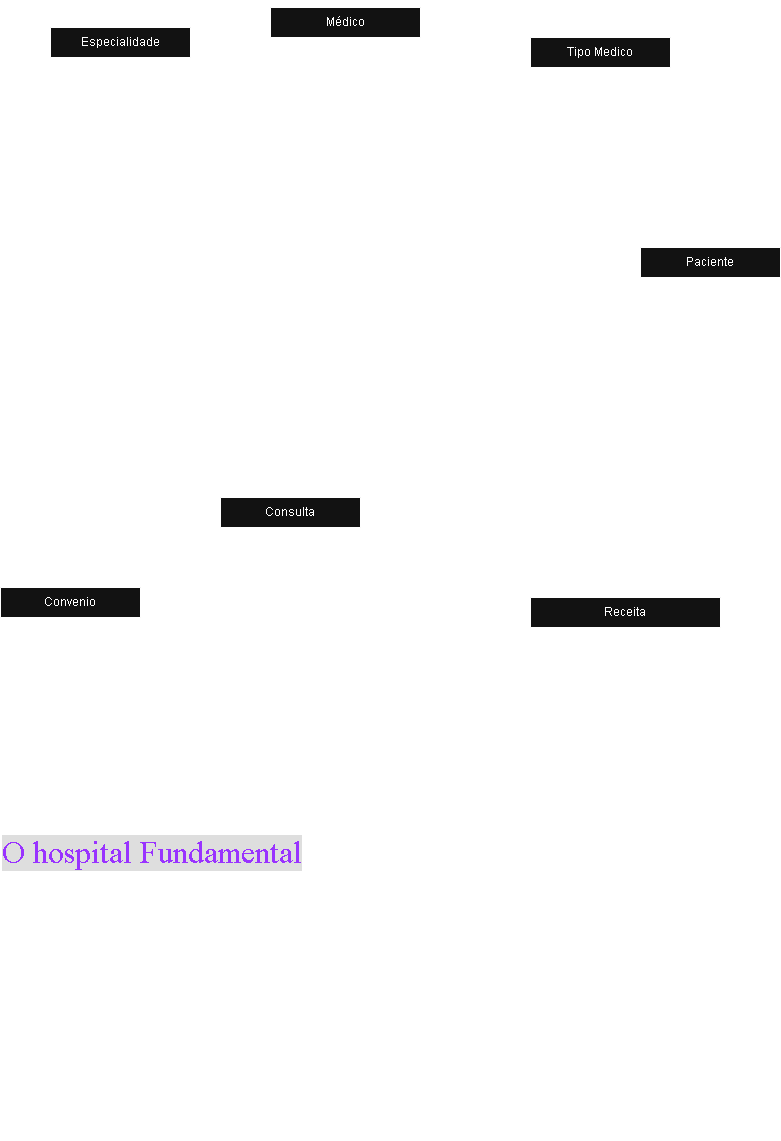
Earlier version of the draw.io export DiagramaER-HospitalFundamental.drawio.png (vctramon/Banco-de-dados_Hospital). Source tidied: cells renumbered, new cells last; positions are measured from the earlier drawing's top-left corner, leaving out a move shared by most shapes.
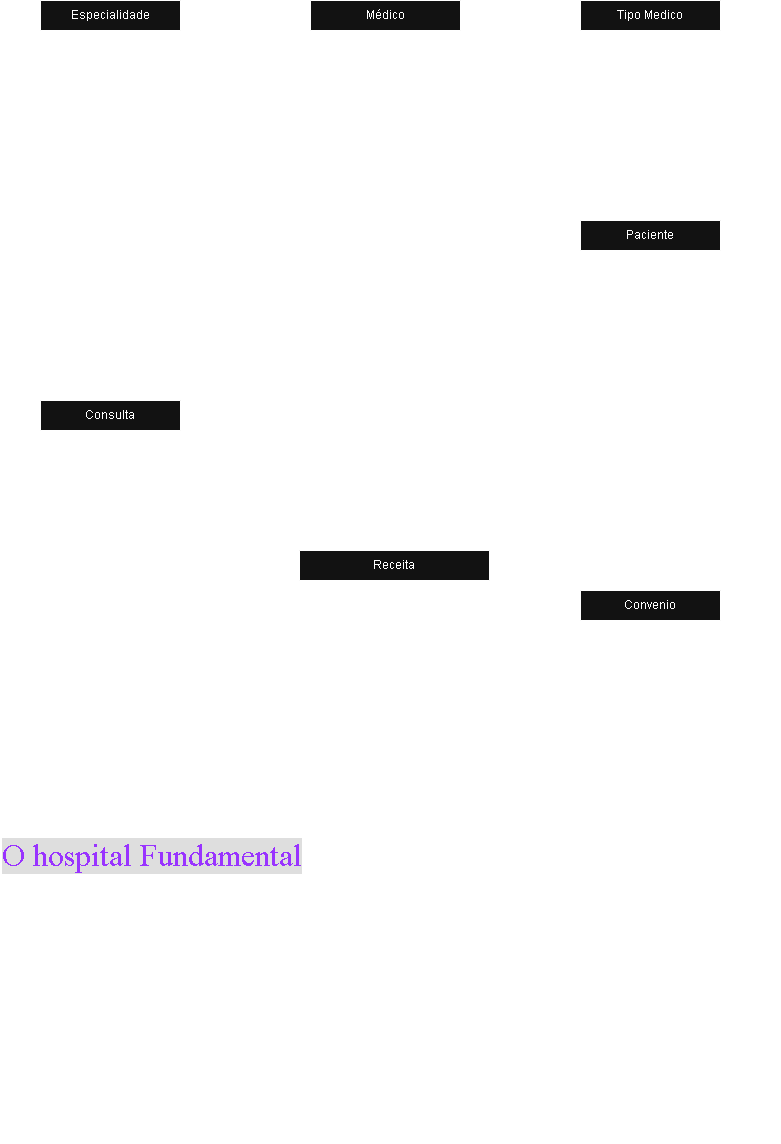
Later version of the same file.

The edit, as a diff of the source:
```diff
@@ -2,14 +2,8 @@
   <root>
     <mxCell id="0" />
     <mxCell id="1" parent="0" />
-    <mxCell id="2" style="edgeStyle=orthogonalEdgeStyle;rounded=0;jettySize=auto;html=1;entryX=0.5;entryY=0;entryDx=0;entryDy=0;" parent="1" edge="1" source="4" target="14">
-      <mxGeometry relative="1" as="geometry" />
-    </mxCell>
-    <mxCell id="3" style="edgeStyle=orthogonalEdgeStyle;rounded=0;jettySize=auto;html=1;" parent="1" edge="1" source="4" target="44">
-      <mxGeometry relative="1" as="geometry" />
-    </mxCell>
     <mxCell id="4" value="Médico" style="swimlane;fontStyle=0;horizontal=1;startSize=30;whiteSpace=wrap;html=1;" parent="1" vertex="1">
-      <mxGeometry x="270" width="150" height="300" as="geometry" />
+      <mxGeometry x="310" y="-10" width="150" height="300" as="geometry" />
     </mxCell>
     <mxCell id="5" value="ID Médico" style="text;strokeColor=none;fillColor=none;align=left;verticalAlign=middle;spacingLeft=4;spacingRight=4;overflow=hidden;whiteSpace=wrap;html=1;" parent="4" vertex="1">
       <mxGeometry y="30" width="150" height="30" as="geometry" />
@@ -39,7 +33,7 @@
       <mxGeometry y="270" width="150" height="30" as="geometry" />
     </mxCell>
     <mxCell id="14" value="Especialidade" style="swimlane;fontStyle=0;horizontal=1;startSize=30;whiteSpace=wrap;html=1;" parent="1" vertex="1">
-      <mxGeometry x="50" y="20" width="140" height="360" as="geometry" />
+      <mxGeometry x="40" y="-10" width="140" height="360" as="geometry" />
     </mxCell>
     <mxCell id="15" value="ID Especialidade" style="text;strokeColor=none;fillColor=none;align=left;verticalAlign=middle;spacingLeft=4;spacingRight=4;overflow=hidden;whiteSpace=wrap;html=1;" parent="14" vertex="1">
       <mxGeometry y="30" width="140" height="30" as="geometry" />
@@ -74,16 +68,8 @@
     <mxCell id="25" value="Cirurgia Geral" style="text;strokeColor=none;fillColor=none;align=left;verticalAlign=middle;spacingLeft=4;spacingRight=4;overflow=hidden;whiteSpace=wrap;html=1;" parent="14" vertex="1">
       <mxGeometry y="330" width="140" height="30" as="geometry" />
     </mxCell>
-    <mxCell id="26" style="edgeStyle=orthogonalEdgeStyle;rounded=0;jettySize=auto;html=1;exitX=0;exitY=0.5;exitDx=0;exitDy=0;" parent="1" edge="1" source="37" target="44">
-      <mxGeometry relative="1" as="geometry">
-        <Array as="points">
-          <mxPoint x="300" y="555" />
-          <mxPoint x="300" y="655" />
-        </Array>
-      </mxGeometry>
-    </mxCell>
     <mxCell id="27" value="Paciente" style="swimlane;fontStyle=0;horizontal=1;startSize=30;whiteSpace=wrap;html=1;" parent="1" vertex="1">
-      <mxGeometry x="640" y="240" width="140" height="330" as="geometry" />
+      <mxGeometry x="580" y="210" width="140" height="330" as="geometry" />
     </mxCell>
     <mxCell id="28" value="ID Paciente" style="text;strokeColor=none;fillColor=none;align=left;verticalAlign=middle;spacingLeft=4;spacingRight=4;overflow=hidden;whiteSpace=wrap;html=1;" parent="27" vertex="1">
       <mxGeometry y="30" width="140" height="30" as="geometry" />
@@ -116,7 +102,7 @@
       <mxGeometry y="300" width="140" height="30" as="geometry" />
     </mxCell>
     <mxCell id="38" value="Convenio" style="swimlane;fontStyle=0;horizontal=1;startSize=30;whiteSpace=wrap;html=1;" parent="1" vertex="1">
-      <mxGeometry y="580" width="140" height="150" as="geometry" />
+      <mxGeometry x="580" y="580" width="140" height="150" as="geometry" />
     </mxCell>
     <mxCell id="39" value="ID Convênio" style="text;strokeColor=none;fillColor=none;align=left;verticalAlign=middle;spacingLeft=4;spacingRight=4;overflow=hidden;whiteSpace=wrap;html=1;" parent="38" vertex="1">
       <mxGeometry y="30" width="140" height="30" as="geometry" />
@@ -130,11 +116,8 @@
     <mxCell id="42" value="Tempo de Carência" style="text;strokeColor=none;fillColor=none;align=left;verticalAlign=middle;spacingLeft=4;spacingRight=4;overflow=hidden;whiteSpace=wrap;html=1;" parent="38" vertex="1">
       <mxGeometry y="120" width="140" height="30" as="geometry" />
     </mxCell>
-    <mxCell id="43" style="edgeStyle=orthogonalEdgeStyle;rounded=0;jettySize=auto;html=1;" parent="1" edge="1" source="44" target="55">
-      <mxGeometry relative="1" as="geometry" />
-    </mxCell>
     <mxCell id="44" value="Consulta" style="swimlane;fontStyle=0;horizontal=1;startSize=30;whiteSpace=wrap;html=1;" parent="1" vertex="1">
-      <mxGeometry x="220" y="490" width="140" height="330" as="geometry" />
+      <mxGeometry x="40" y="390" width="140" height="330" as="geometry" />
     </mxCell>
     <mxCell id="45" value="ID Consulta" style="text;strokeColor=none;fillColor=none;align=left;verticalAlign=middle;spacingLeft=4;spacingRight=4;overflow=hidden;whiteSpace=wrap;html=1;" parent="44" vertex="1">
       <mxGeometry y="30" width="140" height="30" as="geometry" />
@@ -167,7 +150,7 @@
       <mxGeometry y="300" width="140" height="30" as="geometry" />
     </mxCell>
     <mxCell id="55" value="Receita" style="swimlane;fontStyle=0;horizontal=1;startSize=30;whiteSpace=wrap;html=1;" parent="1" vertex="1">
-      <mxGeometry x="530" y="590" width="190" height="180" as="geometry" />
+      <mxGeometry x="299" y="540" width="190" height="180" as="geometry" />
     </mxCell>
     <mxCell id="56" value="ID Receita" style="text;strokeColor=none;fillColor=none;align=left;verticalAlign=middle;spacingLeft=4;spacingRight=4;overflow=hidden;whiteSpace=wrap;html=1;" parent="55" vertex="1">
       <mxGeometry y="30" width="190" height="30" as="geometry" />
@@ -184,11 +167,8 @@
     <mxCell id="60" value="FK Consulta" style="text;strokeColor=none;fillColor=none;align=left;verticalAlign=middle;spacingLeft=4;spacingRight=4;overflow=hidden;whiteSpace=wrap;html=1;" parent="55" vertex="1">
       <mxGeometry y="150" width="190" height="30" as="geometry" />
     </mxCell>
-    <mxCell id="61" style="edgeStyle=orthogonalEdgeStyle;rounded=0;jettySize=auto;html=1;" parent="1" edge="1" source="27" target="38">
-      <mxGeometry relative="1" as="geometry" />
-    </mxCell>
     <mxCell id="62" value="Tipo Medico" style="swimlane;fontStyle=0;horizontal=1;startSize=30;whiteSpace=wrap;html=1;" parent="1" vertex="1">
-      <mxGeometry x="530" y="30" width="140" height="150" as="geometry" />
+      <mxGeometry x="580" y="-10" width="140" height="150" as="geometry" />
     </mxCell>
     <mxCell id="63" value="ID Tipo Medico" style="text;strokeColor=none;fillColor=none;align=left;verticalAlign=middle;spacingLeft=4;spacingRight=4;overflow=hidden;whiteSpace=wrap;html=1;" parent="62" vertex="1">
       <mxGeometry y="30" width="140" height="30" as="geometry" />
@@ -202,19 +182,71 @@
     <mxCell id="66" value="Residenntes" style="text;strokeColor=none;fillColor=none;align=left;verticalAlign=middle;spacingLeft=4;spacingRight=4;overflow=hidden;whiteSpace=wrap;html=1;" parent="62" vertex="1">
       <mxGeometry y="120" width="140" height="30" as="geometry" />
     </mxCell>
-    <mxCell id="67" style="edgeStyle=orthogonalEdgeStyle;rounded=0;jettySize=auto;html=1;entryX=0.5;entryY=0;entryDx=0;entryDy=0;" parent="1" edge="1" source="7" target="62">
-      <mxGeometry relative="1" as="geometry" />
-    </mxCell>
-    <mxCell id="68" style="edgeStyle=orthogonalEdgeStyle;rounded=0;jettySize=auto;html=1;entryX=0.561;entryY=0.004;entryDx=0;entryDy=0;entryPerimeter=0;" parent="1" edge="1" target="27">
-      <mxGeometry relative="1" as="geometry">
-        <mxPoint x="420" y="220" as="sourcePoint" />
-      </mxGeometry>
-    </mxCell>
-    <mxCell id="69" style="edgeStyle=orthogonalEdgeStyle;rounded=0;jettySize=auto;html=1;" parent="1" edge="1" source="10" target="55">
-      <mxGeometry relative="1" as="geometry" />
-    </mxCell>
     <mxCell id="70" value="&lt;h1 style=&quot;margin-top: 0px;&quot;&gt;&lt;font style=&quot;color: light-dark(rgb(18, 18, 18), rgb(153, 51, 255));&quot; face=&quot;docs-Roboto&quot;&gt;&lt;span style=&quot;font-size: 32px; font-weight: 400; background-color: rgb(18, 18, 18);&quot;&gt;O hospital Fundamental&lt;/span&gt;&lt;/font&gt;&lt;/h1&gt;&lt;h1 style=&quot;margin-top: 0px;&quot;&gt;&lt;span style=&quot;background-color: transparent; color: light-dark(rgb(0, 0, 0), rgb(255, 255, 255)); font-size: 12px; font-weight: normal;&quot;&gt;Analise a seguinte descrição e extraia dela os requisitos para o banco de dados:&lt;/span&gt;&lt;/h1&gt;&lt;p&gt;O hospital necessita de um sistema para sua área clínica que ajude a controlar consultas realizadas. Os médicos podem ser generalistas, especialistas ou residentes e têm seus dados pessoais cadastrados em planilhas digitais. Cada médico pode ter uma ou mais especialidades, que podem ser pediatria, clínica geral, gastroenterologia e dermatologia. Alguns registros antigos ainda estão em formulário de papel, mas será necessário incluir esses dados no novo sistema.&lt;/p&gt;&lt;p&gt;Os pacientes também precisam de cadastro, contendo dados pessoais (nome, data de nascimento, endereço, telefone e e-mail), documentos (CPF e RG) e convênio. Para cada convênio, são registrados nome, CNPJ e tempo de carência.&lt;/p&gt;&lt;p&gt;As consultas também têm sido registradas em planilhas, com data e hora de realização, médico responsável, paciente, valor da consulta ou nome do convênio, com o número da carteira. Também é necessário indicar na consulta qual a especialidade buscada pelo paciente.&lt;/p&gt;&lt;p&gt;Deseja-se ainda informatizar a receita do médico, de maneira que, no encerramento da consulta, ele possa registrar os medicamentos receitados, a quantidade e as instruções de uso. A partir disso, espera-se que o sistema imprima um relatório da receita ao paciente ou permita sua visualização via internet.&lt;/p&gt;" style="text;html=1;whiteSpace=wrap;overflow=hidden;rounded=0;" parent="1" vertex="1">
       <mxGeometry y="820" width="780" height="310" as="geometry" />
     </mxCell>
+    <mxCell id="2" style="endArrow=none;html=1;rounded=0;" parent="1" edge="1" source="4" target="14">
+      <mxGeometry relative="1" as="geometry" />
+    </mxCell>
+    <mxCell id="71" value="1" style="html=1;whiteSpace=wrap;align=left;verticalAlign=bottom;" parent="2" vertex="1">
+      <mxGeometry x="-1" relative="1" as="geometry" />
+    </mxCell>
+    <mxCell id="72" value="N" style="html=1;whiteSpace=wrap;align=right;verticalAlign=bottom;" parent="2" vertex="1">
+      <mxGeometry x="1" relative="1" as="geometry" />
+    </mxCell>
+    <mxCell id="73" style="endArrow=none;html=1;rounded=0;" parent="1" edge="1" source="4" target="62">
+      <mxGeometry relative="1" as="geometry" />
+    </mxCell>
+    <mxCell id="74" value="1" style="html=1;whiteSpace=wrap;align=left;verticalAlign=bottom;" parent="73" vertex="1">
+      <mxGeometry x="-1" relative="1" as="geometry" />
+    </mxCell>
+    <mxCell id="75" value="1" style="html=1;whiteSpace=wrap;align=right;verticalAlign=bottom;" parent="73" vertex="1">
+      <mxGeometry x="1" relative="1" as="geometry" />
+    </mxCell>
+    <mxCell id="76" style="endArrow=none;html=1;rounded=0;" parent="1" edge="1" source="44" target="27">
+      <mxGeometry relative="1" as="geometry" />
+    </mxCell>
+    <mxCell id="77" value="N" style="html=1;whiteSpace=wrap;align=left;verticalAlign=bottom;" parent="76" vertex="1">
+      <mxGeometry x="-1" relative="1" as="geometry" />
+    </mxCell>
+    <mxCell id="78" value="1" style="html=1;whiteSpace=wrap;align=right;verticalAlign=bottom;" parent="76" vertex="1">
+      <mxGeometry x="1" relative="1" as="geometry" />
+    </mxCell>
+    <mxCell id="43" style="endArrow=none;html=1;rounded=0;" parent="1" edge="1" source="44" target="55">
+      <mxGeometry relative="1" as="geometry" />
+    </mxCell>
+    <mxCell id="79" value="1" style="html=1;whiteSpace=wrap;align=left;verticalAlign=bottom;" parent="43" vertex="1">
+      <mxGeometry x="-1" relative="1" as="geometry" />
+    </mxCell>
+    <mxCell id="80" value="1 ou 0" style="html=1;whiteSpace=wrap;align=right;verticalAlign=bottom;" parent="43" vertex="1">
+      <mxGeometry x="1" relative="1" as="geometry" />
+    </mxCell>
+    <mxCell id="81" style="endArrow=none;html=1;rounded=0;" parent="1" edge="1" source="14" target="44">
+      <mxGeometry relative="1" as="geometry" />
+    </mxCell>
+    <mxCell id="82" value="N" style="html=1;whiteSpace=wrap;align=left;verticalAlign=bottom;" parent="81" vertex="1">
+      <mxGeometry x="-1" relative="1" as="geometry" />
+    </mxCell>
+    <mxCell id="83" value="1" style="html=1;whiteSpace=wrap;align=right;verticalAlign=bottom;" parent="81" vertex="1">
+      <mxGeometry x="1" relative="1" as="geometry" />
+    </mxCell>
+    <mxCell id="3" style="endArrow=none;html=1;rounded=0;" parent="1" edge="1" source="4" target="44">
+      <mxGeometry relative="1" as="geometry" />
+    </mxCell>
+    <mxCell id="84" value="1" style="html=1;whiteSpace=wrap;align=left;verticalAlign=bottom;" parent="3" vertex="1">
+      <mxGeometry x="-1" relative="1" as="geometry" />
+    </mxCell>
+    <mxCell id="85" value="N" style="html=1;whiteSpace=wrap;align=right;verticalAlign=bottom;" parent="3" vertex="1">
+      <mxGeometry x="1" relative="1" as="geometry" />
+    </mxCell>
+    <mxCell id="61" style="endArrow=none;html=1;rounded=0;" parent="1" edge="1" source="27" target="38">
+      <mxGeometry relative="1" as="geometry" />
+    </mxCell>
+    <mxCell id="86" value="1" style="html=1;whiteSpace=wrap;align=left;verticalAlign=bottom;" parent="61" vertex="1">
+      <mxGeometry x="-1" relative="1" as="geometry" />
+    </mxCell>
+    <mxCell id="87" value="1" style="html=1;whiteSpace=wrap;align=right;verticalAlign=bottom;" parent="61" vertex="1">
+      <mxGeometry x="1" relative="1" as="geometry" />
+    </mxCell>
   </root>
 </mxGraphModel>
```
